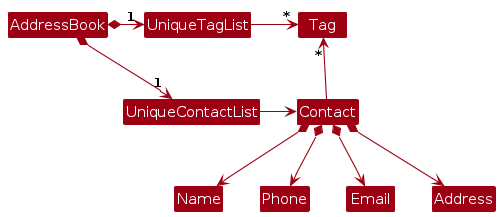
Above: diagrams/BetterModelClassDiagram.png in AY2526S2-CS2103T-T10-1/tp (PlantUML), before the change. Its source is kept beside it as diagrams/BetterModelClassDiagram.puml. The source it was exported from:
```plantuml
@startuml
!include style.puml
skinparam arrowThickness 1.1
skinparam arrowColor MODEL_COLOR
skinparam classBackgroundColor MODEL_COLOR

AddressBook *-right-> "1" UniqueContactList
AddressBook *-right-> "1" UniqueTagList
UniqueTagList -[hidden]down- UniqueContactList
UniqueTagList -[hidden]down- UniqueContactList

UniqueTagList -right-> "*" Tag
UniqueContactList -right-> Contact

Contact -up-> "*" Tag

Contact *--> Name
Contact *--> Phone
Contact *--> Email
Contact *--> Address
@enduml
```
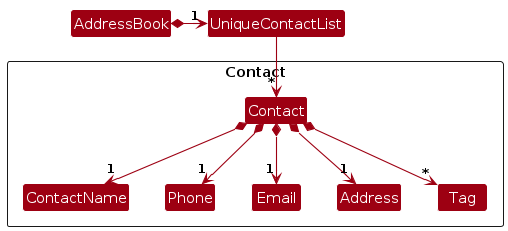
After the change.

Diff of the diagram source:
```diff
@@ -4,18 +4,23 @@
 skinparam arrowColor MODEL_COLOR
 skinparam classBackgroundColor MODEL_COLOR
 
+Package Contact as ContactPackage <<Rectangle>>{
+    Class Contact
+    Class ContactName
+    Class Phone
+    Class Email
+    Class Address
+    Class Tag
+}
+
 AddressBook *-right-> "1" UniqueContactList
-AddressBook *-right-> "1" UniqueTagList
-UniqueTagList -[hidden]down- UniqueContactList
-UniqueTagList -[hidden]down- UniqueContactList
 
-UniqueTagList -right-> "*" Tag
-UniqueContactList -right-> Contact
+UniqueContactList --> "*" Contact
 
-Contact -up-> "*" Tag
+Contact *--> "*" Tag
 
-Contact *--> Name
-Contact *--> Phone
-Contact *--> Email
-Contact *--> Address
+Contact *--> "1" ContactName
+Contact *--> "1" Phone
+Contact *--> "1" Email
+Contact *--> "1" Address
 @enduml
```
